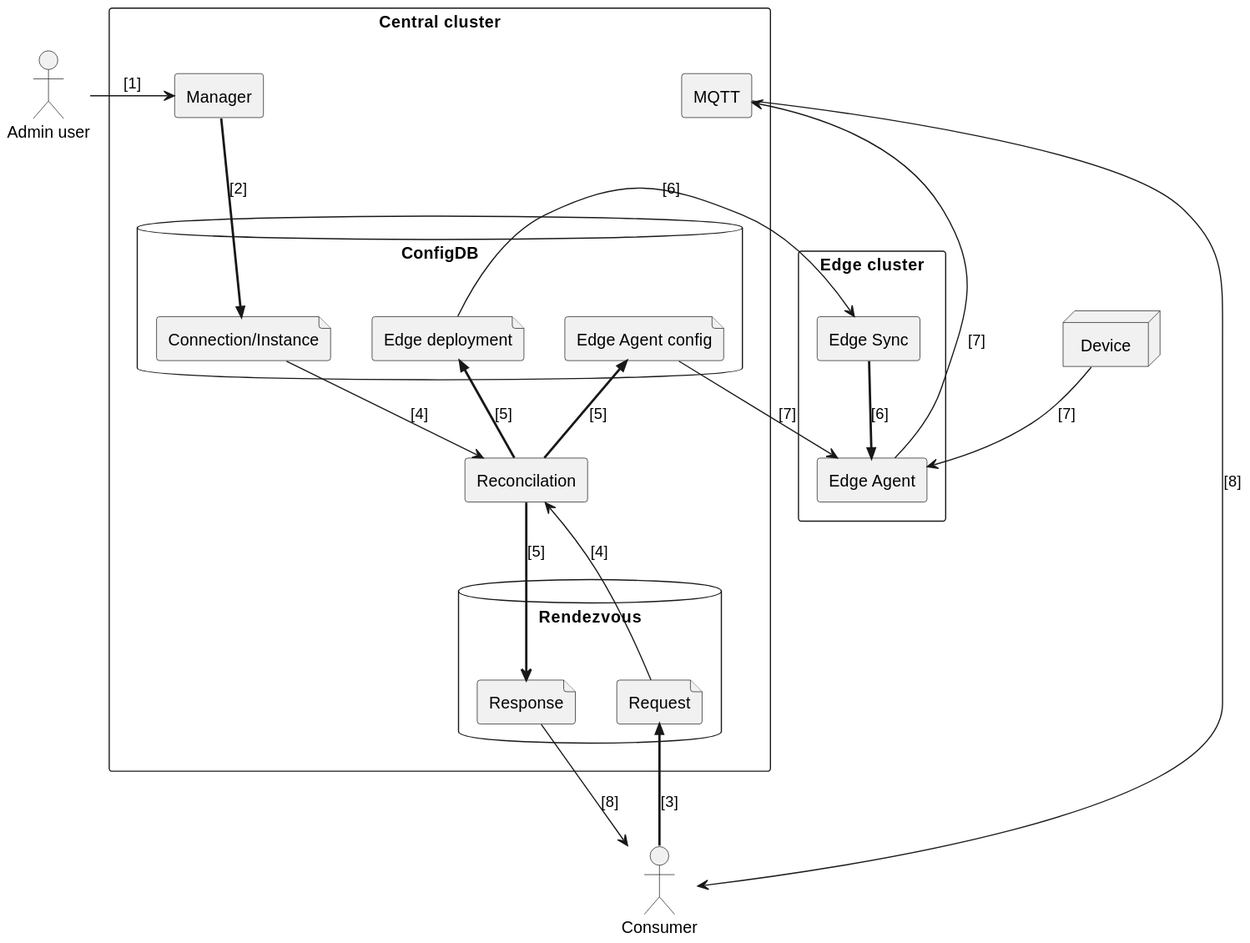
Earlier version of the PlantUML export docs/dyn-deploy/dyn-deploy.svg (AMRC-FactoryPlus/amrc-connectivity-stack). Its diagram source:
```plantuml
@startuml
actor "Admin user" as admin
actor "Consumer" as consumer
node "Device" as device

rectangle "Central cluster" {
    agent "Manager" as manager

    database "ConfigDB" as configdb {
        file "Connection/Instance" as connection
        file "Edge deployment" as deployment
        file "Edge Agent config" as config
    }

    agent "MQTT" as mqtt
    agent "Reconcilation" as recon

    database "Rendezvous" as rvous {
        file "Request" as rvreq
        file "Response" as rvres
    }
}

rectangle "Edge cluster" {
    agent "Edge Sync" as sync
    agent "Edge Agent" as agent
}

admin -ri-> manager         : [1]
manager ==>> connection     : [2]

consumer =up=>> rvreq       : [3]
rvreq -up-> recon           : [4]
connection -do-> recon      : [4]

recon =up=>> deployment     : [5]
recon =up=>> config         : [5]
recon =do=> rvres           : [5]

deployment --> sync         : [6]
sync =do=>> agent           : [6]

config -do-> agent          : [7]
device -do-> agent          : [7]
agent -> mqtt               : [7]

rvres --> consumer          : [8]
mqtt -> consumer            : [8]
@enduml
```
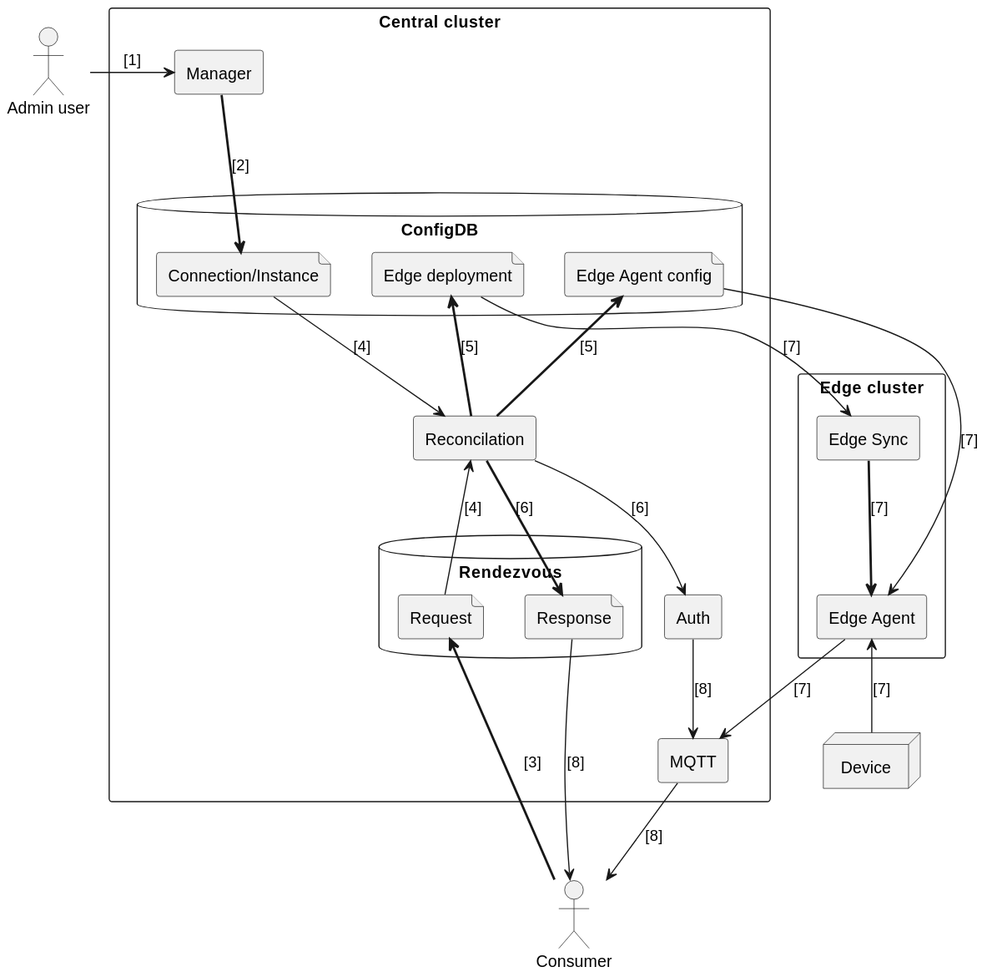
The same file after the commit.

Commit message:
Rebuild SVGs

Diff of the diagram source:
```diff
@@ -5,6 +5,9 @@
 
 rectangle "Central cluster" {
     agent "Manager" as manager
+    agent "Auth" as auth
+    agent "MQTT" as mqtt
+    agent "Reconcilation" as recon
 
     database "ConfigDB" as configdb {
         file "Connection/Instance" as connection
@@ -12,13 +15,12 @@
         file "Edge Agent config" as config
     }
 
-    agent "MQTT" as mqtt
-    agent "Reconcilation" as recon
 
     database "Rendezvous" as rvous {
         file "Request" as rvreq
         file "Response" as rvres
     }
+
 }
 
 rectangle "Edge cluster" {
@@ -27,23 +29,25 @@
 }
 
 admin -ri-> manager         : [1]
-manager ==>> connection     : [2]
+manager ==> connection      : [2]
 
-consumer =up=>> rvreq       : [3]
+consumer =up=> rvreq        : [3]
 rvreq -up-> recon           : [4]
 connection -do-> recon      : [4]
 
-recon =up=>> deployment     : [5]
-recon =up=>> config         : [5]
-recon =do=> rvres           : [5]
+recon =up=> deployment      : [5]
+recon =up=> config          : [5]
+recon --> auth              : [6]
+recon =do=> rvres           : [6]
 
-deployment --> sync         : [6]
-sync =do=>> agent           : [6]
+deployment --> sync         : [7]
+sync =do=> agent            : [7]
 
-config -do-> agent          : [7]
-device -do-> agent          : [7]
+config -> agent             : [7]
+device -up-> agent          : [7]
 agent -> mqtt               : [7]
 
 rvres --> consumer          : [8]
-mqtt -> consumer            : [8]
+auth --> mqtt               : [8]
+mqtt --> consumer           : [8]
 @enduml
```
